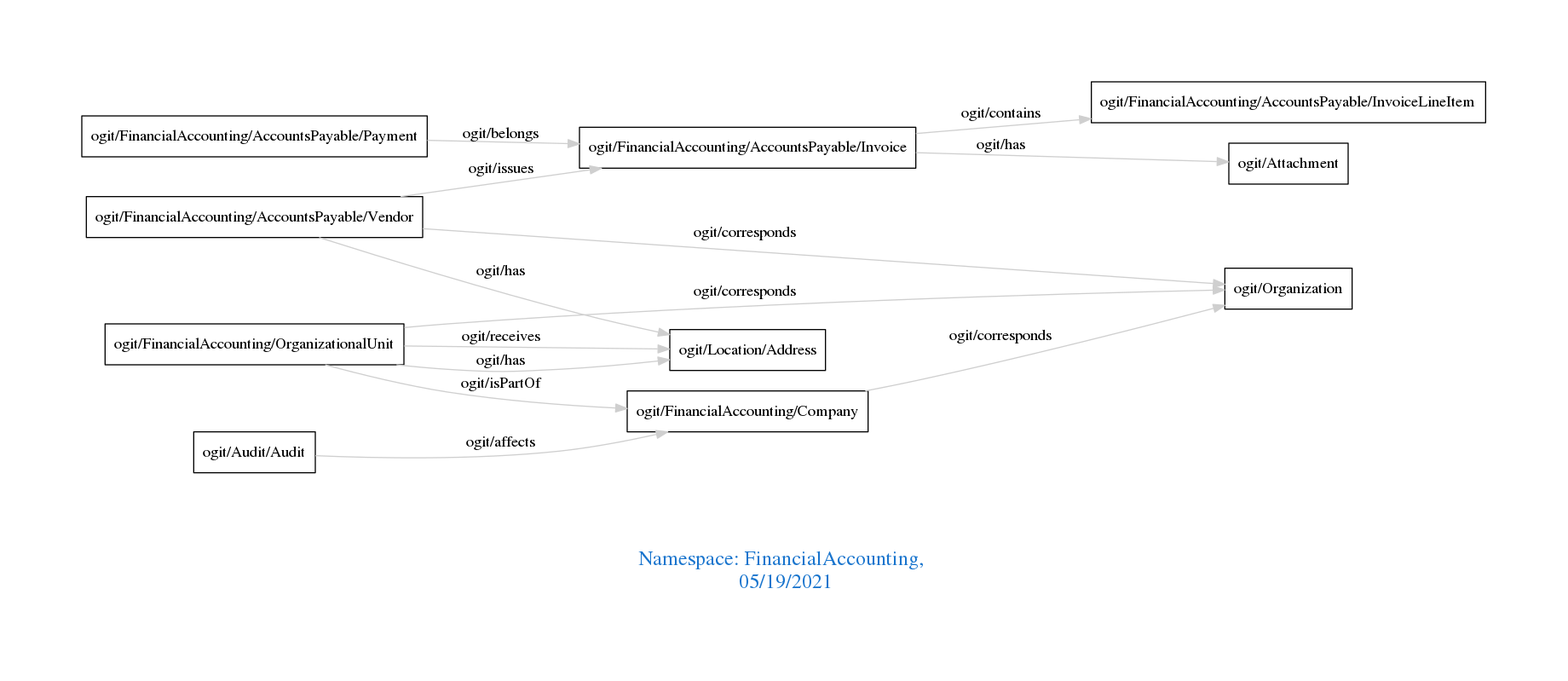
The Graphviz diagram downloads/FinancialAccounting.png in arago/OGIT, before a commit. Its source is kept beside it as downloads/FinancialAccounting.dot.
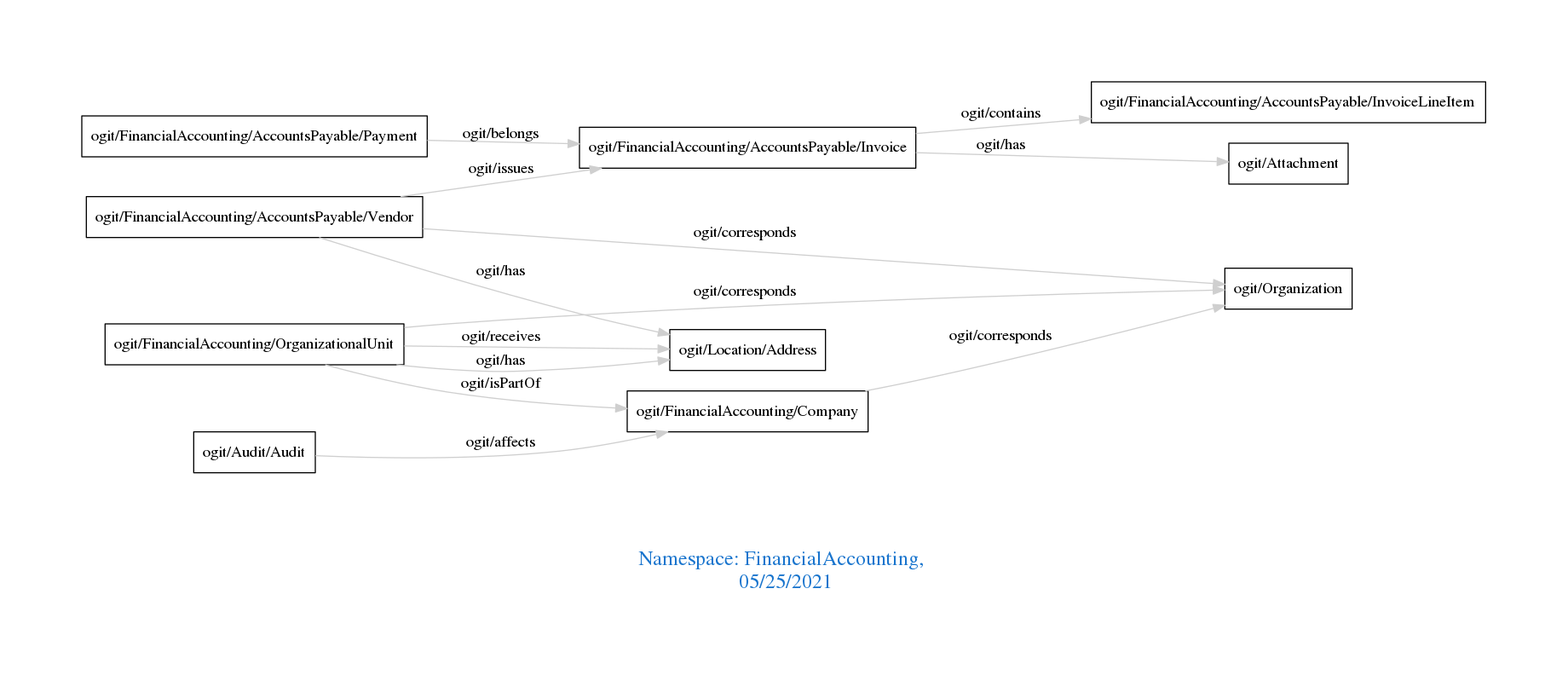
The same file after the commit.

Diff of the diagram source:
```diff
@@ -1,7 +1,7 @@
 digraph OGIT_ontology {
  graph [ rankdir= LR,pad=1
 fontsize = 18,
-fontcolor= dodgerblue3,label = "\n\n\nNamespace: FinancialAccounting, \n 05/19/2021"];
+fontcolor= dodgerblue3,label = "\n\n\nNamespace: FinancialAccounting, \n 05/25/2021"];
 node[shape=polygon];
 edge [  color="gray81"];
 
```
